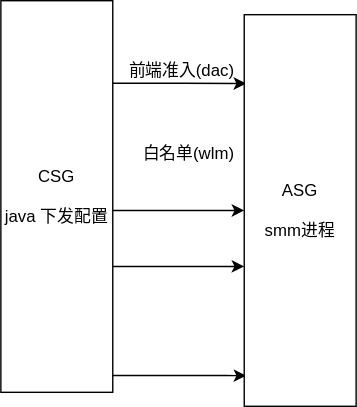
The draw.io diagram bbb.svg in Archive-ch/Web_Demo, before a commit. Source tidied: cells renumbered, new cells last; positions are measured from the earlier drawing's top-left corner, leaving out a move shared by most shapes.
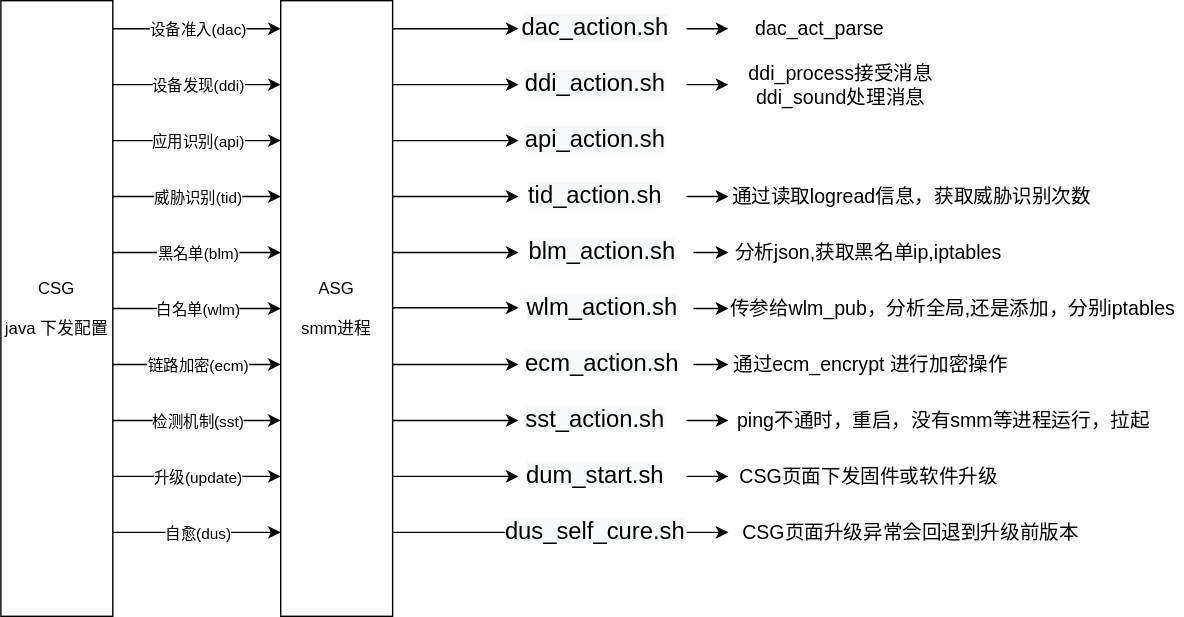
The same file after the commit.

Diff of the diagram source:
```diff
@@ -2,49 +2,269 @@
   <root>
     <mxCell id="0" />
     <mxCell id="1" parent="0" />
-    <mxCell id="2" style="edgeStyle=orthogonalEdgeStyle;rounded=0;jettySize=auto;html=1;entryX=0;entryY=0.5;entryDx=0;entryDy=0;" parent="1" edge="1" source="6" target="7">
-      <mxGeometry relative="1" as="geometry">
-        <Array as="points">
-          <mxPoint x="130" y="150" />
-          <mxPoint x="130" y="150" />
-        </Array>
-      </mxGeometry>
-    </mxCell>
-    <mxCell id="3" style="edgeStyle=orthogonalEdgeStyle;rounded=0;jettySize=auto;html=1;entryX=0.017;entryY=0.176;entryDx=0;entryDy=0;entryPerimeter=0;" parent="1" edge="1" source="6" target="7">
-      <mxGeometry relative="1" as="geometry">
-        <Array as="points">
-          <mxPoint x="130" y="59" />
-          <mxPoint x="130" y="59" />
-        </Array>
-      </mxGeometry>
-    </mxCell>
-    <mxCell id="4" style="edgeStyle=orthogonalEdgeStyle;rounded=0;jettySize=auto;html=1;entryX=0.018;entryY=0.922;entryDx=0;entryDy=0;entryPerimeter=0;" parent="1" edge="1" source="6" target="7">
-      <mxGeometry relative="1" as="geometry">
-        <Array as="points">
-          <mxPoint x="160" y="268" />
-          <mxPoint x="160" y="268" />
-        </Array>
-      </mxGeometry>
-    </mxCell>
-    <mxCell id="5" style="edgeStyle=orthogonalEdgeStyle;rounded=0;jettySize=auto;html=1;entryX=0;entryY=0.643;entryDx=0;entryDy=0;entryPerimeter=0;" parent="1" edge="1" source="6" target="7">
-      <mxGeometry relative="1" as="geometry">
-        <Array as="points">
-          <mxPoint x="170" y="190" />
-          <mxPoint x="170" y="190" />
-        </Array>
-      </mxGeometry>
-    </mxCell>
     <mxCell id="6" value="CSG&lt;br&gt;&lt;br&gt;java 下发配置" style="rounded=0;whiteSpace=wrap;html=1;" parent="1" vertex="1">
-      <mxGeometry width="80" height="280" as="geometry" />
+      <mxGeometry y="-120" width="80" height="440" as="geometry" />
     </mxCell>
     <mxCell id="7" value="ASG&lt;br&gt;&lt;br&gt;smm进程" style="rounded=0;whiteSpace=wrap;html=1;" parent="1" vertex="1">
-      <mxGeometry x="174" y="10" width="80" height="280" as="geometry" />
+      <mxGeometry x="200" y="-120" width="80" height="440" as="geometry" />
     </mxCell>
+    <mxCell id="10" style="endArrow=classic;html=1;strokeWidth=1;fontSize=17;" parent="1" edge="1">
+      <mxGeometry relative="1" as="geometry">
+        <mxPoint x="180" y="-100" as="sourcePoint" />
+        <mxPoint x="180" y="-100" as="targetPoint" />
+      </mxGeometry>
+    </mxCell>
+    <mxCell id="11" style="endArrow=classic;html=1;strokeWidth=1;fontSize=17;" parent="1" edge="1">
+      <mxGeometry relative="1" as="geometry">
+        <mxPoint x="80" y="-100" as="sourcePoint" />
+        <mxPoint x="200" y="-100" as="targetPoint" />
+      </mxGeometry>
+    </mxCell>
+    <mxCell id="12" value="设备准入(dac)" style="edgeLabel;html=1;align=center;verticalAlign=middle;" parent="11" vertex="1">
+      <mxGeometry relative="1" as="geometry" />
+    </mxCell>
+    <mxCell id="13" style="endArrow=classic;html=1;strokeWidth=1;fontSize=17;" parent="1" edge="1">
+      <mxGeometry relative="1" as="geometry">
+        <mxPoint x="80" y="-60" as="sourcePoint" />
+        <mxPoint x="200" y="-60" as="targetPoint" />
+      </mxGeometry>
+    </mxCell>
+    <mxCell id="14" value="设备发现(ddi)" style="edgeLabel;html=1;align=center;verticalAlign=middle;" parent="13" vertex="1">
+      <mxGeometry relative="1" as="geometry" />
+    </mxCell>
+    <mxCell id="15" style="endArrow=classic;html=1;strokeWidth=1;fontSize=17;" parent="1" edge="1">
+      <mxGeometry relative="1" as="geometry">
+        <mxPoint x="80" y="-20" as="sourcePoint" />
+        <mxPoint x="200" y="-20" as="targetPoint" />
+      </mxGeometry>
+    </mxCell>
+    <mxCell id="16" value="应用识别(api)" style="edgeLabel;html=1;align=center;verticalAlign=middle;" parent="15" vertex="1">
+      <mxGeometry relative="1" as="geometry" />
+    </mxCell>
+    <mxCell id="17" style="endArrow=classic;html=1;strokeWidth=1;fontSize=17;" parent="1" edge="1">
+      <mxGeometry relative="1" as="geometry">
+        <mxPoint x="80" y="20" as="sourcePoint" />
+        <mxPoint x="200" y="20" as="targetPoint" />
+      </mxGeometry>
+    </mxCell>
+    <mxCell id="18" value="威胁识别(tid)" style="edgeLabel;html=1;align=center;verticalAlign=middle;" parent="17" vertex="1">
+      <mxGeometry relative="1" as="geometry" />
+    </mxCell>
+    <mxCell id="19" style="endArrow=classic;html=1;strokeWidth=1;fontSize=17;" parent="1" edge="1">
+      <mxGeometry relative="1" as="geometry">
+        <mxPoint x="80" y="60" as="sourcePoint" />
+        <mxPoint x="200" y="60" as="targetPoint" />
+      </mxGeometry>
+    </mxCell>
+    <mxCell id="20" value="黑名单(blm)" style="edgeLabel;html=1;align=center;verticalAlign=middle;" parent="19" vertex="1">
+      <mxGeometry relative="1" as="geometry" />
+    </mxCell>
+    <mxCell id="21" style="endArrow=classic;html=1;strokeWidth=1;fontSize=17;" parent="1" edge="1">
+      <mxGeometry relative="1" as="geometry">
+        <mxPoint x="80" y="100" as="sourcePoint" />
+        <mxPoint x="200" y="100" as="targetPoint" />
+      </mxGeometry>
+    </mxCell>
-    <mxCell id="8" value="白名单(wlm)" style="text;html=1;align=center;verticalAlign=middle;" parent="1" vertex="1">
-      <mxGeometry x="94" y="100" width="80" height="20" as="geometry" />
+    <mxCell id="8" value="白名单(wlm)" style="edgeLabel;html=1;align=center;verticalAlign=middle;" parent="21" vertex="1">
+      <mxGeometry relative="1" as="geometry" />
     </mxCell>
-    <mxCell id="9" value="前端准入(dac)" style="text;html=1;align=center;verticalAlign=middle;" parent="1" vertex="1">
-      <mxGeometry x="84" y="40" width="90" height="20" as="geometry" />
-    </mxCell>
+    <mxCell id="22" style="endArrow=classic;html=1;strokeWidth=1;fontSize=17;" parent="1" edge="1">
+      <mxGeometry relative="1" as="geometry">
+        <mxPoint x="80" y="140" as="sourcePoint" />
+        <mxPoint x="200" y="140" as="targetPoint" />
+      </mxGeometry>
+    </mxCell>
+    <mxCell id="23" value="链路加密(ecm)" style="edgeLabel;html=1;align=center;verticalAlign=middle;" parent="22" vertex="1">
+      <mxGeometry relative="1" as="geometry" />
+    </mxCell>
+    <mxCell id="24" style="endArrow=classic;html=1;strokeWidth=1;fontSize=17;" parent="1" edge="1">
+      <mxGeometry relative="1" as="geometry">
+        <mxPoint x="80" y="180" as="sourcePoint" />
+        <mxPoint x="200" y="180" as="targetPoint" />
+      </mxGeometry>
+    </mxCell>
+    <mxCell id="25" value="检测机制(sst)" style="edgeLabel;html=1;align=center;verticalAlign=middle;" parent="24" vertex="1">
+      <mxGeometry relative="1" as="geometry" />
+    </mxCell>
+    <mxCell id="26" style="endArrow=classic;html=1;strokeWidth=1;fontSize=17;" parent="1" edge="1">
+      <mxGeometry relative="1" as="geometry">
+        <mxPoint x="80" y="220" as="sourcePoint" />
+        <mxPoint x="200" y="220" as="targetPoint" />
+      </mxGeometry>
+    </mxCell>
+    <mxCell id="27" value="升级(update)" style="edgeLabel;html=1;align=center;verticalAlign=middle;" parent="26" vertex="1">
+      <mxGeometry relative="1" as="geometry" />
+    </mxCell>
+    <mxCell id="28" style="endArrow=classic;html=1;strokeWidth=1;fontSize=17;" parent="1" edge="1">
+      <mxGeometry relative="1" as="geometry">
+        <mxPoint x="80" y="260" as="sourcePoint" />
+        <mxPoint x="200" y="260" as="targetPoint" />
+      </mxGeometry>
+    </mxCell>
+    <mxCell id="29" value="自愈(dus)" style="edgeLabel;html=1;align=center;verticalAlign=middle;" parent="28" vertex="1">
+      <mxGeometry relative="1" as="geometry" />
+    </mxCell>
+    <mxCell id="30" style="endArrow=classic;html=1;strokeWidth=1;fontSize=17;" parent="1" edge="1">
+      <mxGeometry relative="1" as="geometry">
+        <mxPoint x="280" y="-100" as="sourcePoint" />
+        <mxPoint x="370" y="-100" as="targetPoint" />
+      </mxGeometry>
+    </mxCell>
+    <mxCell id="31" style="endArrow=classic;html=1;strokeWidth=1;fontSize=17;" parent="1" edge="1">
+      <mxGeometry relative="1" as="geometry">
+        <mxPoint x="280" y="-60" as="sourcePoint" />
+        <mxPoint x="370" y="-60" as="targetPoint" />
+      </mxGeometry>
+    </mxCell>
+    <mxCell id="32" style="endArrow=classic;html=1;strokeWidth=1;fontSize=17;" parent="1" edge="1">
+      <mxGeometry relative="1" as="geometry">
+        <mxPoint x="280" y="-20" as="sourcePoint" />
+        <mxPoint x="370" y="-20" as="targetPoint" />
+      </mxGeometry>
+    </mxCell>
+    <mxCell id="33" style="endArrow=classic;html=1;strokeWidth=1;fontSize=17;" parent="1" edge="1">
+      <mxGeometry relative="1" as="geometry">
+        <mxPoint x="280" y="20" as="sourcePoint" />
+        <mxPoint x="370" y="20" as="targetPoint" />
+      </mxGeometry>
+    </mxCell>
+    <mxCell id="34" style="endArrow=classic;html=1;strokeWidth=1;fontSize=17;" parent="1" edge="1">
+      <mxGeometry relative="1" as="geometry">
+        <mxPoint x="280" y="60" as="sourcePoint" />
+        <mxPoint x="370" y="60" as="targetPoint" />
+      </mxGeometry>
+    </mxCell>
+    <mxCell id="35" style="endArrow=classic;html=1;strokeWidth=1;fontSize=17;" parent="1" edge="1">
+      <mxGeometry relative="1" as="geometry">
+        <mxPoint x="280" y="99.5" as="sourcePoint" />
+        <mxPoint x="370" y="99.5" as="targetPoint" />
+      </mxGeometry>
+    </mxCell>
+    <mxCell id="36" style="endArrow=classic;html=1;strokeWidth=1;fontSize=17;" parent="1" edge="1">
+      <mxGeometry relative="1" as="geometry">
+        <mxPoint x="280" y="140" as="sourcePoint" />
+        <mxPoint x="370" y="140" as="targetPoint" />
+      </mxGeometry>
+    </mxCell>
+    <mxCell id="37" style="endArrow=classic;html=1;strokeWidth=1;fontSize=17;" parent="1" edge="1">
+      <mxGeometry relative="1" as="geometry">
+        <mxPoint x="280" y="180" as="sourcePoint" />
+        <mxPoint x="370" y="180" as="targetPoint" />
+      </mxGeometry>
+    </mxCell>
+    <mxCell id="38" style="endArrow=classic;html=1;strokeWidth=1;fontSize=17;" parent="1" edge="1">
+      <mxGeometry relative="1" as="geometry">
+        <mxPoint x="280" y="220" as="sourcePoint" />
+        <mxPoint x="370" y="220" as="targetPoint" />
+      </mxGeometry>
+    </mxCell>
+    <mxCell id="39" style="endArrow=classic;html=1;strokeWidth=1;fontSize=17;" parent="1" edge="1">
+      <mxGeometry relative="1" as="geometry">
+        <mxPoint x="280" y="260" as="sourcePoint" />
+        <mxPoint x="370" y="260" as="targetPoint" />
+      </mxGeometry>
+    </mxCell>
+    <mxCell id="40" style="edgeStyle=orthogonalEdgeStyle;rounded=0;jumpSize=22;jettySize=auto;html=1;endSize=6;targetPerimeterSpacing=0;strokeWidth=1;fontSize=17;" parent="1" edge="1" source="41">
+      <mxGeometry relative="1" as="geometry">
+        <mxPoint x="520" y="20" as="targetPoint" />
+      </mxGeometry>
+    </mxCell>
+    <mxCell id="41" value="&lt;span style=&quot;color: rgb(0 , 0 , 0) ; font-family: &amp;#34;helvetica&amp;#34; ; font-size: 17px ; font-style: normal ; font-weight: 400 ; letter-spacing: normal ; text-indent: 0px ; text-transform: none ; word-spacing: 0px ; background-color: rgb(248 , 249 , 250) ; display: inline ; float: none&quot;&gt;tid_action.sh&lt;/span&gt;" style="text;whiteSpace=wrap;html=1;fontSize=17;align=center;verticalAlign=middle;" parent="1" vertex="1">
+      <mxGeometry x="360" width="130" height="40" as="geometry" />
+    </mxCell>
+    <mxCell id="42" style="edgeStyle=orthogonalEdgeStyle;rounded=0;jumpSize=22;jettySize=auto;html=1;endSize=6;targetPerimeterSpacing=0;strokeWidth=1;fontSize=14;" parent="1" edge="1" source="43">
+      <mxGeometry relative="1" as="geometry">
+        <mxPoint x="520" y="140" as="targetPoint" />
+      </mxGeometry>
+    </mxCell>
+    <mxCell id="43" value="&lt;span style=&quot;color: rgb(0 , 0 , 0) ; font-family: &amp;#34;helvetica&amp;#34; ; font-size: 17px ; font-style: normal ; font-weight: 400 ; letter-spacing: normal ; text-indent: 0px ; text-transform: none ; word-spacing: 0px ; background-color: rgb(248 , 249 , 250) ; display: inline ; float: none&quot;&gt;ecm_action.sh&lt;/span&gt;" style="text;whiteSpace=wrap;html=1;fontSize=17;align=center;verticalAlign=middle;" parent="1" vertex="1">
+      <mxGeometry x="365" y="120" width="130" height="40" as="geometry" />
+    </mxCell>
+    <mxCell id="44" style="edgeStyle=orthogonalEdgeStyle;rounded=0;jumpSize=22;jettySize=auto;html=1;endSize=6;targetPerimeterSpacing=0;strokeWidth=1;fontSize=14;" parent="1" edge="1" source="45">
+      <mxGeometry relative="1" as="geometry">
+        <mxPoint x="520" y="100" as="targetPoint" />
+      </mxGeometry>
+    </mxCell>
+    <mxCell id="45" value="&lt;span style=&quot;color: rgb(0 , 0 , 0) ; font-family: &amp;#34;helvetica&amp;#34; ; font-size: 17px ; font-style: normal ; font-weight: 400 ; letter-spacing: normal ; text-indent: 0px ; text-transform: none ; word-spacing: 0px ; background-color: rgb(248 , 249 , 250) ; display: inline ; float: none&quot;&gt;wlm_action.sh&lt;/span&gt;" style="text;whiteSpace=wrap;html=1;fontSize=17;align=center;verticalAlign=middle;" parent="1" vertex="1">
+      <mxGeometry x="365" y="80" width="130" height="40" as="geometry" />
+    </mxCell>
+    <mxCell id="46" style="edgeStyle=orthogonalEdgeStyle;rounded=0;jumpSize=22;jettySize=auto;html=1;endSize=6;targetPerimeterSpacing=0;strokeWidth=1;fontSize=14;" parent="1" edge="1" source="47">
+      <mxGeometry relative="1" as="geometry">
+        <mxPoint x="520" y="60" as="targetPoint" />
+      </mxGeometry>
+    </mxCell>
+    <mxCell id="47" value="&lt;span style=&quot;color: rgb(0 , 0 , 0) ; font-family: &amp;#34;helvetica&amp;#34; ; font-size: 17px ; font-style: normal ; font-weight: 400 ; letter-spacing: normal ; text-indent: 0px ; text-transform: none ; word-spacing: 0px ; background-color: rgb(248 , 249 , 250) ; display: inline ; float: none&quot;&gt;blm_action.sh&lt;/span&gt;" style="text;whiteSpace=wrap;html=1;fontSize=17;align=center;verticalAlign=middle;" parent="1" vertex="1">
+      <mxGeometry x="365" y="40" width="130" height="40" as="geometry" />
+    </mxCell>
+    <mxCell id="48" style="edgeStyle=orthogonalEdgeStyle;rounded=0;jumpSize=22;jettySize=auto;html=1;endSize=6;targetPerimeterSpacing=0;strokeWidth=1;fontSize=14;" parent="1" edge="1" source="49">
+      <mxGeometry relative="1" as="geometry">
+        <mxPoint x="520" y="180" as="targetPoint" />
+      </mxGeometry>
+    </mxCell>
+    <mxCell id="49" value="&lt;span style=&quot;color: rgb(0 , 0 , 0) ; font-family: &amp;#34;helvetica&amp;#34; ; font-size: 17px ; font-style: normal ; font-weight: 400 ; letter-spacing: normal ; text-indent: 0px ; text-transform: none ; word-spacing: 0px ; background-color: rgb(248 , 249 , 250) ; display: inline ; float: none&quot;&gt;sst_action.sh&lt;/span&gt;" style="text;whiteSpace=wrap;html=1;fontSize=17;align=center;verticalAlign=middle;" parent="1" vertex="1">
+      <mxGeometry x="360" y="160" width="130" height="40" as="geometry" />
+    </mxCell>
+    <mxCell id="50" value="&lt;span style=&quot;color: rgb(0 , 0 , 0) ; font-family: &amp;#34;helvetica&amp;#34; ; font-size: 17px ; font-style: normal ; font-weight: 400 ; letter-spacing: normal ; text-indent: 0px ; text-transform: none ; word-spacing: 0px ; background-color: rgb(248 , 249 , 250) ; display: inline ; float: none&quot;&gt;api_action.sh&lt;/span&gt;" style="text;whiteSpace=wrap;html=1;fontSize=17;align=center;verticalAlign=middle;" parent="1" vertex="1">
+      <mxGeometry x="360" y="-40" width="130" height="40" as="geometry" />
+    </mxCell>
+    <mxCell id="51" style="edgeStyle=orthogonalEdgeStyle;rounded=0;jumpSize=22;jettySize=auto;html=1;endSize=6;targetPerimeterSpacing=0;strokeWidth=1;fontSize=17;" parent="1" edge="1" source="52">
+      <mxGeometry relative="1" as="geometry">
+        <mxPoint x="520" y="-60" as="targetPoint" />
+      </mxGeometry>
+    </mxCell>
+    <mxCell id="52" value="&lt;span style=&quot;color: rgb(0 , 0 , 0) ; font-family: &amp;#34;helvetica&amp;#34; ; font-size: 17px ; font-style: normal ; font-weight: 400 ; letter-spacing: normal ; text-indent: 0px ; text-transform: none ; word-spacing: 0px ; background-color: rgb(248 , 249 , 250) ; display: inline ; float: none&quot;&gt;ddi_action.sh&lt;/span&gt;" style="text;whiteSpace=wrap;html=1;fontSize=17;align=center;verticalAlign=middle;" parent="1" vertex="1">
+      <mxGeometry x="360" y="-80" width="130" height="40" as="geometry" />
+    </mxCell>
+    <mxCell id="53" style="edgeStyle=orthogonalEdgeStyle;rounded=0;jumpSize=22;jettySize=auto;html=1;endSize=6;targetPerimeterSpacing=0;strokeWidth=1;fontSize=17;" parent="1" edge="1" source="54">
+      <mxGeometry relative="1" as="geometry">
+        <mxPoint x="520" y="-100" as="targetPoint" />
+      </mxGeometry>
+    </mxCell>
+    <mxCell id="54" value="&lt;span style=&quot;color: rgb(0, 0, 0); font-family: helvetica; font-size: 17px; font-style: normal; font-weight: 400; letter-spacing: normal; text-indent: 0px; text-transform: none; word-spacing: 0px; background-color: rgb(248, 249, 250); display: inline; float: none;&quot;&gt;dac_action.sh&lt;/span&gt;" style="text;whiteSpace=wrap;html=1;fontSize=17;align=center;verticalAlign=middle;" parent="1" vertex="1">
+      <mxGeometry x="360" y="-120" width="130" height="40" as="geometry" />
+    </mxCell>
+    <mxCell id="55" value="dac_act_parse" style="text;html=1;align=center;verticalAlign=middle;fontSize=14;" parent="1" vertex="1">
+      <mxGeometry x="530" y="-110" width="110" height="20" as="geometry" />
+    </mxCell>
+    <mxCell id="56" value="ddi_process接受消息&lt;br style=&quot;font-size: 14px;&quot;&gt;ddi_sound处理消息" style="text;html=1;align=center;verticalAlign=middle;fontSize=14;" parent="1" vertex="1">
+      <mxGeometry x="525" y="-80" width="150" height="40" as="geometry" />
+    </mxCell>
+    <mxCell id="57" value="&amp;nbsp; &amp;nbsp; &amp;nbsp; &amp;nbsp; &amp;nbsp; &amp;nbsp; &amp;nbsp; &amp;nbsp; &amp;nbsp; &amp;nbsp; &amp;nbsp; &amp;nbsp; &amp;nbsp; &amp;nbsp; &amp;nbsp; &amp;nbsp; &amp;nbsp; &amp;nbsp; &amp;nbsp; &amp;nbsp; &amp;nbsp; &amp;nbsp; &amp;nbsp; &amp;nbsp; &amp;nbsp; &amp;nbsp; &amp;nbsp; &amp;nbsp; &amp;nbsp; &amp;nbsp; &amp;nbsp; 通过读取logread信息，获取威胁识别次数" style="text;html=1;align=center;verticalAlign=middle;fontSize=14;" parent="1" vertex="1">
+      <mxGeometry x="275" y="10" width="510" height="20" as="geometry" />
+    </mxCell>
+    <mxCell id="58" value="&amp;nbsp; &amp;nbsp; &amp;nbsp; &amp;nbsp; &amp;nbsp; &amp;nbsp; &amp;nbsp; &amp;nbsp; &amp;nbsp; &amp;nbsp; &amp;nbsp; &amp;nbsp; &amp;nbsp; &amp;nbsp; &amp;nbsp; &amp;nbsp; &amp;nbsp; &amp;nbsp; &amp;nbsp; &amp;nbsp; &amp;nbsp;分析json,获取黑名单ip,iptables" style="text;html=1;align=center;verticalAlign=middle;fontSize=14;" parent="1" vertex="1">
+      <mxGeometry x="355" y="50" width="370" height="20" as="geometry" />
+    </mxCell>
+    <mxCell id="59" value="&amp;nbsp; &amp;nbsp; &amp;nbsp; &amp;nbsp; &amp;nbsp; &amp;nbsp; &amp;nbsp; &amp;nbsp; &amp;nbsp; &amp;nbsp; &amp;nbsp; &amp;nbsp; &amp;nbsp; &amp;nbsp; &amp;nbsp; &amp;nbsp; &amp;nbsp; &amp;nbsp; &amp;nbsp; &amp;nbsp; &amp;nbsp; &amp;nbsp; &amp;nbsp; &amp;nbsp; &amp;nbsp; &amp;nbsp; &amp;nbsp; &amp;nbsp; &amp;nbsp; &amp;nbsp; &amp;nbsp; &amp;nbsp; &amp;nbsp; &amp;nbsp; &amp;nbsp; &amp;nbsp; 传参给wlm_pub，分析全局,还是添加，分别iptables" style="text;html=1;align=center;verticalAlign=middle;fontSize=14;" parent="1" vertex="1">
+      <mxGeometry x="235" y="90" width="610" height="20" as="geometry" />
+    </mxCell>
+    <mxCell id="60" value="&amp;nbsp; &amp;nbsp; &amp;nbsp; &amp;nbsp; &amp;nbsp; &amp;nbsp; &amp;nbsp; &amp;nbsp; &amp;nbsp; &amp;nbsp; &amp;nbsp; &amp;nbsp; &amp;nbsp; &amp;nbsp; &amp;nbsp; &amp;nbsp; &amp;nbsp; &amp;nbsp; &amp;nbsp; &amp;nbsp; &amp;nbsp; &amp;nbsp; &amp;nbsp; &amp;nbsp;通过ecm_encrypt 进行加密操作" style="text;html=1;align=center;verticalAlign=middle;fontSize=14;" parent="1" vertex="1">
+      <mxGeometry x="335" y="130" width="390" height="20" as="geometry" />
+    </mxCell>
+    <mxCell id="61" value="&amp;nbsp; &amp;nbsp; &amp;nbsp; &amp;nbsp; &amp;nbsp; &amp;nbsp; &amp;nbsp; &amp;nbsp; &amp;nbsp; &amp;nbsp; &amp;nbsp; &amp;nbsp; &amp;nbsp; &amp;nbsp; &amp;nbsp; &amp;nbsp; &amp;nbsp; &amp;nbsp; &amp;nbsp; &amp;nbsp; &amp;nbsp; &amp;nbsp; &amp;nbsp; &amp;nbsp; &amp;nbsp; &amp;nbsp; &amp;nbsp; &amp;nbsp; &amp;nbsp; &amp;nbsp; &amp;nbsp; &amp;nbsp; ping不通时，重启，没有smm等进程运行，拉起" style="text;html=1;align=center;verticalAlign=middle;fontSize=14;spacingLeft=-12;" parent="1" vertex="1">
+      <mxGeometry x="280" y="170" width="550" height="20" as="geometry" />
+    </mxCell>
+    <mxCell id="62" style="edgeStyle=orthogonalEdgeStyle;rounded=0;jumpSize=22;jettySize=auto;html=1;endSize=6;targetPerimeterSpacing=0;strokeWidth=1;fontSize=14;" parent="1" edge="1" source="63">
+      <mxGeometry relative="1" as="geometry">
+        <mxPoint x="520" y="220" as="targetPoint" />
+      </mxGeometry>
+    </mxCell>
+    <mxCell id="63" value="&lt;span style=&quot;color: rgb(0 , 0 , 0) ; font-family: &amp;#34;helvetica&amp;#34; ; font-size: 17px ; font-style: normal ; font-weight: 400 ; letter-spacing: normal ; text-indent: 0px ; text-transform: none ; word-spacing: 0px ; background-color: rgb(248 , 249 , 250) ; display: inline ; float: none&quot;&gt;dum_start.sh&lt;/span&gt;" style="text;whiteSpace=wrap;html=1;fontSize=17;align=center;verticalAlign=middle;" parent="1" vertex="1">
+      <mxGeometry x="360" y="200" width="130" height="40" as="geometry" />
+    </mxCell>
+    <mxCell id="64" value="CSG页面下发固件或软件升级" style="text;html=1;align=center;verticalAlign=middle;fontSize=14;" parent="1" vertex="1">
+      <mxGeometry x="520" y="210" width="200" height="20" as="geometry" />
+    </mxCell>
+    <mxCell id="65" style="edgeStyle=orthogonalEdgeStyle;rounded=0;jumpSize=22;jettySize=auto;html=1;endSize=6;targetPerimeterSpacing=0;strokeWidth=1;fontSize=14;" parent="1" edge="1" source="66">
+      <mxGeometry relative="1" as="geometry">
+        <mxPoint x="520" y="260" as="targetPoint" />
+      </mxGeometry>
+    </mxCell>
+    <mxCell id="66" value="&lt;span style=&quot;color: rgb(0 , 0 , 0) ; font-family: &amp;#34;helvetica&amp;#34; ; font-size: 17px ; font-style: normal ; font-weight: 400 ; letter-spacing: normal ; text-indent: 0px ; text-transform: none ; word-spacing: 0px ; background-color: rgb(248 , 249 , 250) ; display: inline ; float: none&quot;&gt;dus_self_cure.sh&lt;/span&gt;" style="text;whiteSpace=wrap;html=1;fontSize=17;align=center;verticalAlign=middle;" parent="1" vertex="1">
+      <mxGeometry x="360" y="240" width="130" height="40" as="geometry" />
+    </mxCell>
+    <mxCell id="67" value="CSG页面升级异常会回退到升级前版本" style="text;html=1;align=center;verticalAlign=middle;fontSize=14;" parent="1" vertex="1">
+      <mxGeometry x="520" y="250" width="260" height="20" as="geometry" />
+    </mxCell>
   </root>
 </mxGraphModel>
```
